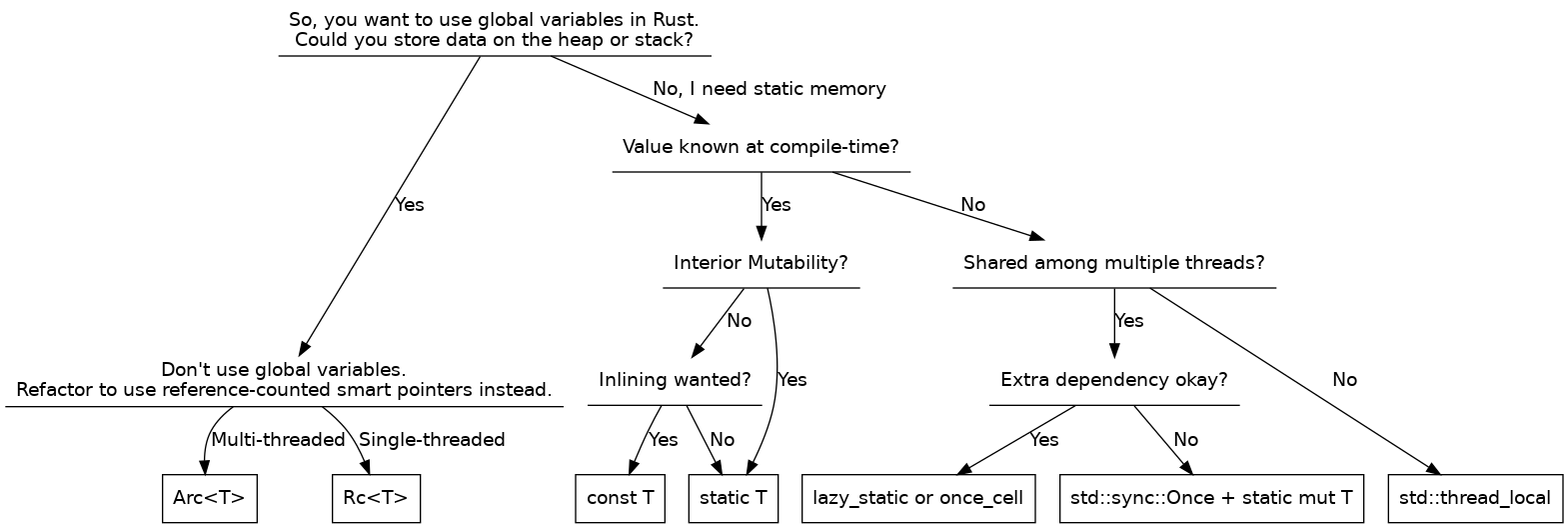
jakmeier/globals-in-rust keeps this Graphviz diagram as flowchart.png. Above is the earlier version. Its source is kept beside it as flowchart.dot. Source of this version:
```dot
digraph G {
  node [fontname = "Handlee" shape=underline];
  edge [fontname = "Handlee"];


  necessary        [ label = "So, you want to use global variables in Rust.\nCould you store data on the heap or stack?" ];
  normalContainer  [ label = "Don't use global variables.\nRefactor to use reference-counted smart pointers instead.\n" ];
  compileTime      [ label = "Value known at compile-time?"];
  innerMutability  [ label = "Interior Mutability?" ];
  multiThreaded    [ label = "Shared among multiple threads?" ];
  inline           [ label = "Inlining wanted?" ];
  externalLib      [ label = "Extra dependency okay?"];

  arc              [ shape=box label = "Arc<T>" ];
  rc               [ shape=box label = "Rc<T>" ];
  const            [ shape=box label = "const T" ];
  static           [ shape=box label = "static T" ];
  libs             [ shape=box label = "lazy_static or once_cell"];
  once             [ shape=box label = "std::sync::Once + static mut T" ];
  threadLocal      [ shape=box label = "std::thread_local"];

  {rank=same; arc, rc, const, static, libs, once, threadLocal }

  necessary -> normalContainer   [label = "Yes"];
  necessary -> compileTime       [label = "No, I need static memory"];

  normalContainer -> arc         [label = "Multi-threaded"];
  normalContainer -> rc          [label = "Single-threaded"];

  compileTime -> innerMutability [label = "Yes"];
  compileTime -> multiThreaded   [label = "No"];

  innerMutability -> static      [label = "Yes"];
  innerMutability -> inline      [label = "No"];

  inline -> const                [label = "Yes"];
  inline -> static               [label = "No"];

  multiThreaded -> threadLocal   [label = "No"];
  multiThreaded -> externalLib   [label = "Yes"];

  externalLib   -> once          [label = "No"];
  externalLib   -> libs          [label = "Yes"];
}
```
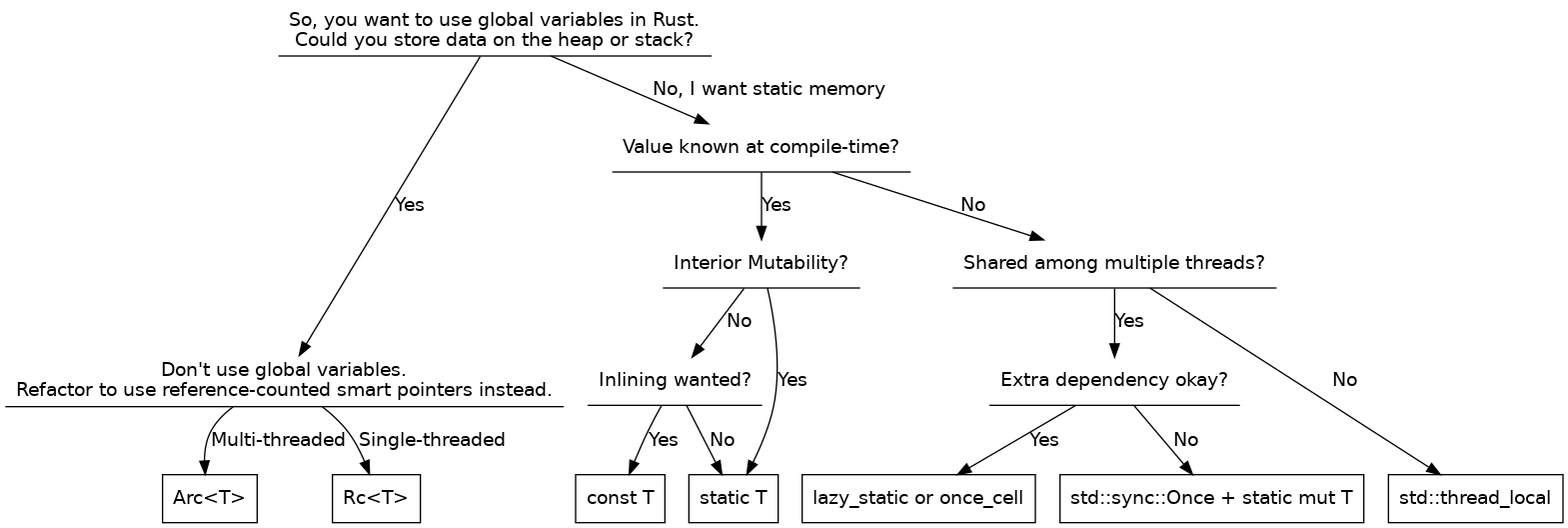
The same diagram one commit later.

Diff of the diagram source:
```diff
@@ -22,7 +22,7 @@
   {rank=same; arc, rc, const, static, libs, once, threadLocal }
 
   necessary -> normalContainer   [label = "Yes"];
-  necessary -> compileTime       [label = "No, I need static memory"];
+  necessary -> compileTime       [label = "No, I want static memory"];
 
   normalContainer -> arc         [label = "Multi-threaded"];
   normalContainer -> rc          [label = "Single-threaded"];
```
